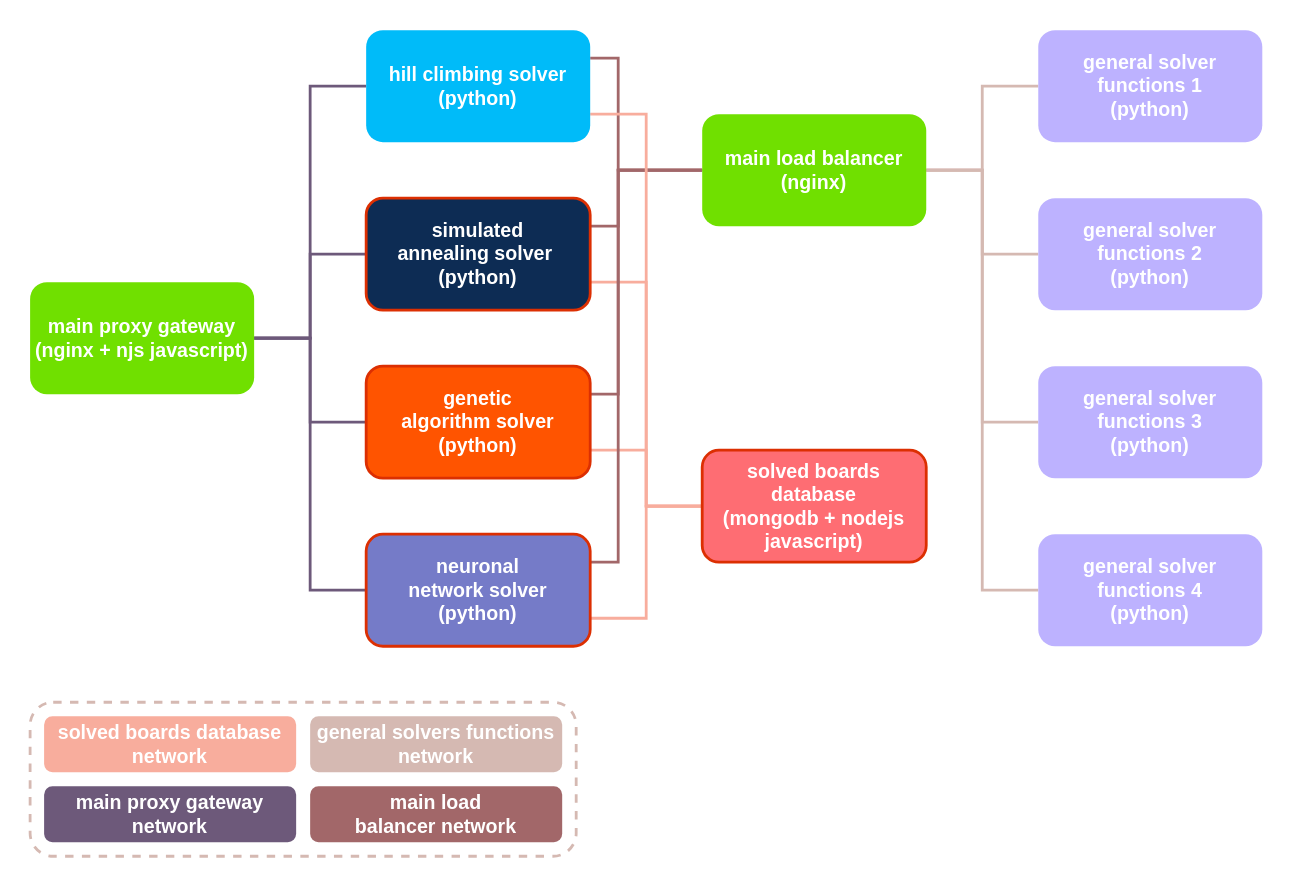
joseesco24/sudoku_solver keeps this draw.io diagram as images/sudoku_solver.svg. Above is the earlier version. Source tidied: cells renumbered, new cells last; positions are measured from the earlier drawing's top-left corner, leaving out a move shared by most shapes.
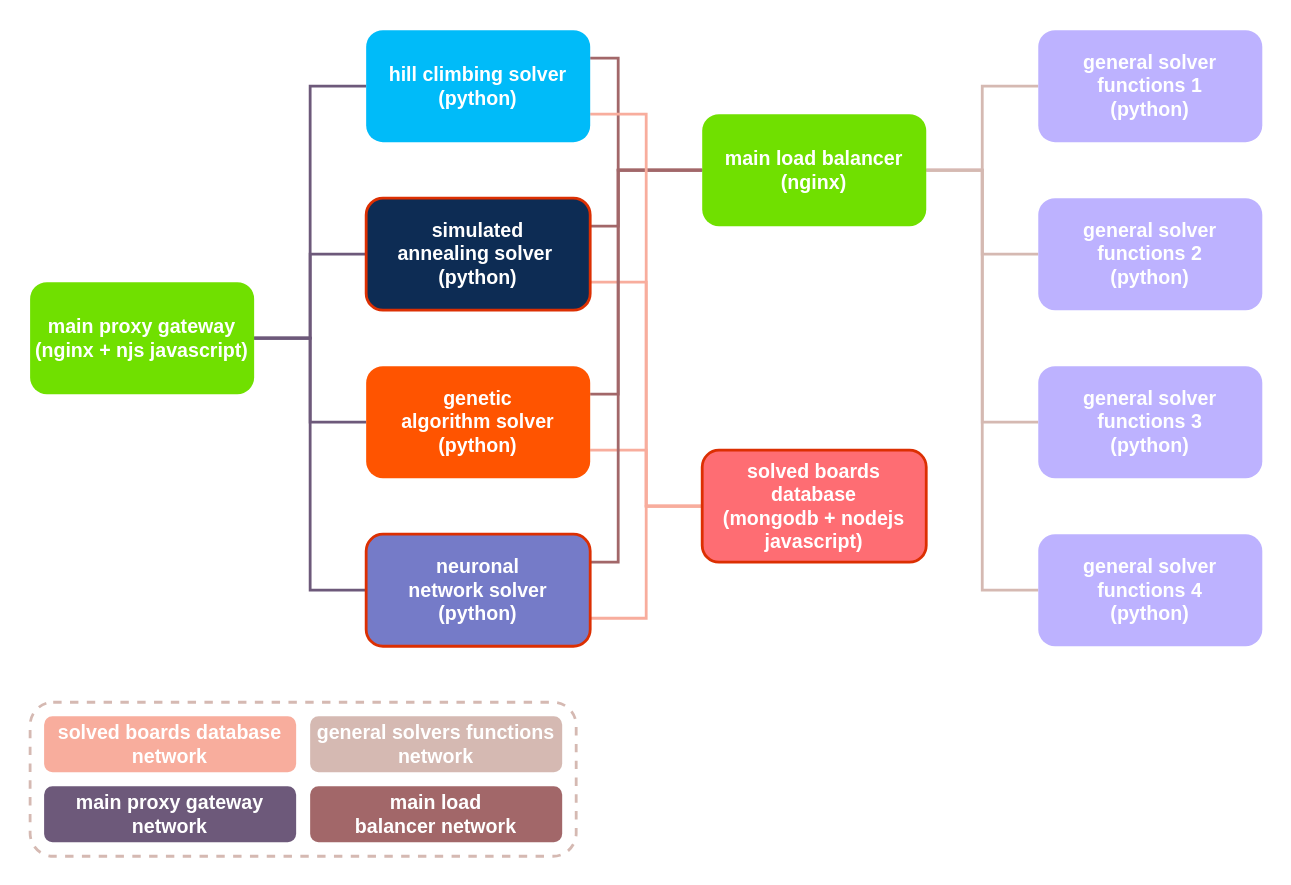
After the commit.

Diff of the diagram source:
```diff
@@ -45,7 +45,7 @@
     <mxCell id="12" style="edgeStyle=orthogonalEdgeStyle;rounded=0;jettySize=auto;html=1;exitX=1;exitY=0.75;exitDx=0;exitDy=0;entryX=0;entryY=0.5;entryDx=0;entryDy=0;endArrow=none;endFill=0;strokeWidth=2;strokeColor=#F8AD9D;" parent="1" edge="1" source="13" target="25">
       <mxGeometry relative="1" as="geometry" />
     </mxCell>
-    <mxCell id="13" value="&lt;font color=&quot;#ffffff&quot;&gt;&lt;span style=&quot;font-size: 14px&quot;&gt;&lt;b&gt;genetic algorithm&amp;nbsp;solver (python)&lt;/b&gt;&lt;/span&gt;&lt;/font&gt;" style="rounded=1;whiteSpace=wrap;html=1;strokeWidth=2;fillColor=#ff5400;strokeColor=#dc2f02;" parent="1" vertex="1">
+    <mxCell id="13" value="&lt;font color=&quot;#ffffff&quot;&gt;&lt;span style=&quot;font-size: 14px&quot;&gt;&lt;b&gt;genetic algorithm&amp;nbsp;solver (python)&lt;/b&gt;&lt;/span&gt;&lt;/font&gt;" style="rounded=1;whiteSpace=wrap;html=1;strokeWidth=2;fillColor=#ff5400;strokeColor=none;" parent="1" vertex="1">
       <mxGeometry x="240" y="240" width="160" height="80" as="geometry" />
     </mxCell>
     <mxCell id="14" style="edgeStyle=orthogonalEdgeStyle;rounded=0;jettySize=auto;html=1;exitX=1;exitY=0.25;exitDx=0;exitDy=0;entryX=0;entryY=0.5;entryDx=0;entryDy=0;endArrow=none;endFill=0;strokeWidth=2;strokeColor=#A26769;" parent="1" edge="1" source="16" target="24">
```
